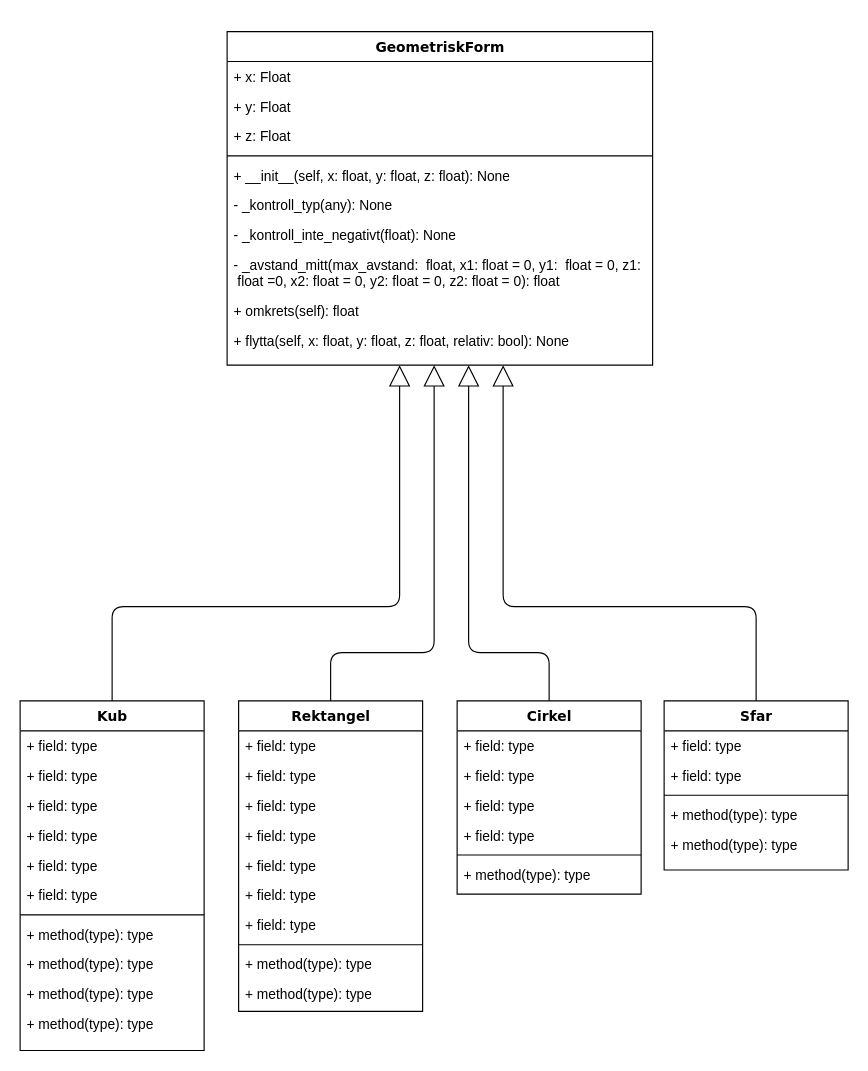
Before: Labs/Lab3/Untitled Diagram.drawio in Erik-M-Larsson/python-programming-Erik-Larsson, a draw.io diagram. Source tidied: cells renumbered, new cells numbered last; positions are measured from the earlier drawing's top-left corner, leaving out a move shared by most shapes. Both pictures are drawn from the tidied source at 115%, with x=0, y=0 at pixel (20, 31).
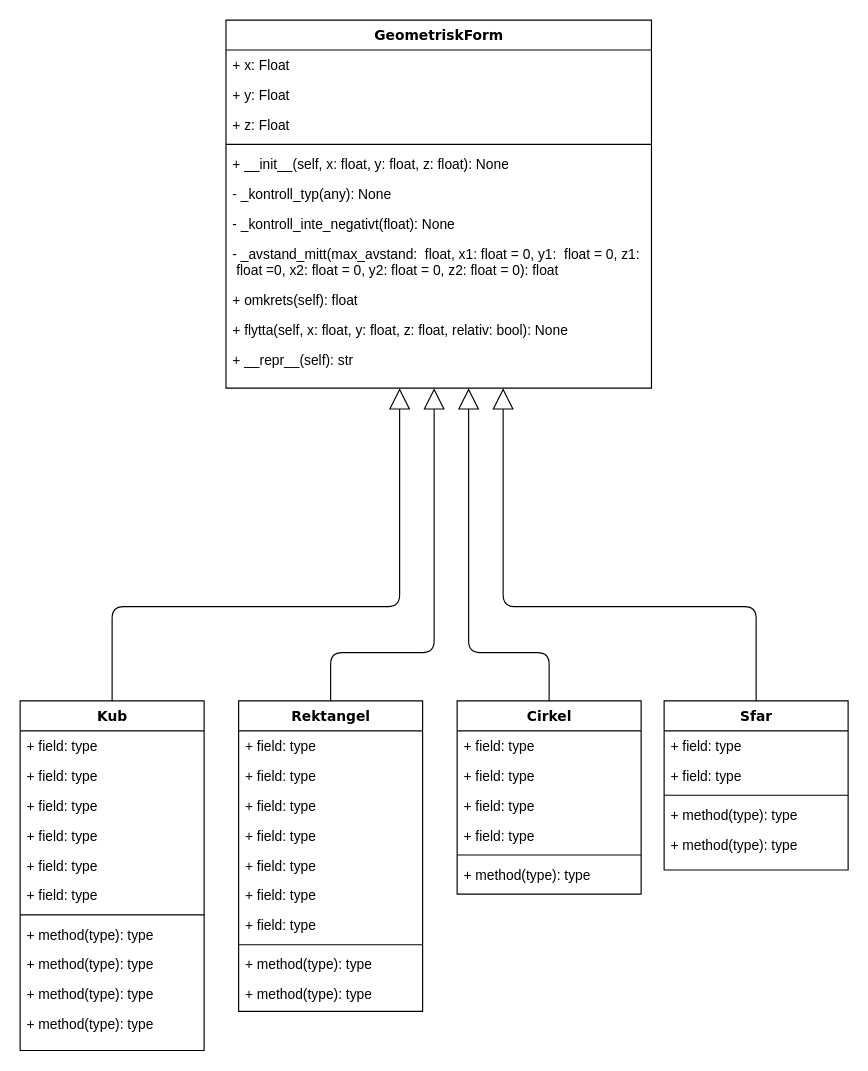
Above is the later version.

Commit message:
Klass GeometriskForm

What changed in the source:
```diff
@@
     <mxCell id="2" value="GeometriskForm" style="swimlane;html=1;fontStyle=1;align=center;verticalAlign=top;horizontal=1;startSize=26;swimlaneFillColor=#ffffff;rounded=0;shadow=0;comic=0;labelBackgroundColor=none;strokeWidth=1;fillColor=none;fontFamily=Verdana;fontSize=12;" parent="1" vertex="1">
-      <mxGeometry x="180" width="370" height="290" as="geometry" />
+      <mxGeometry x="179" y="-10" width="370" height="320" as="geometry" />
     </mxCell>
@@
+    <mxCell id="53" value="+ __repr__(self): str" style="text;html=1;strokeColor=none;fillColor=none;align=left;verticalAlign=top;spacingLeft=4;spacingRight=4;whiteSpace=wrap;overflow=hidden;" parent="2" vertex="1">
+      <mxGeometry y="282" width="370" height="26" as="geometry" />
+    </mxCell>
```
